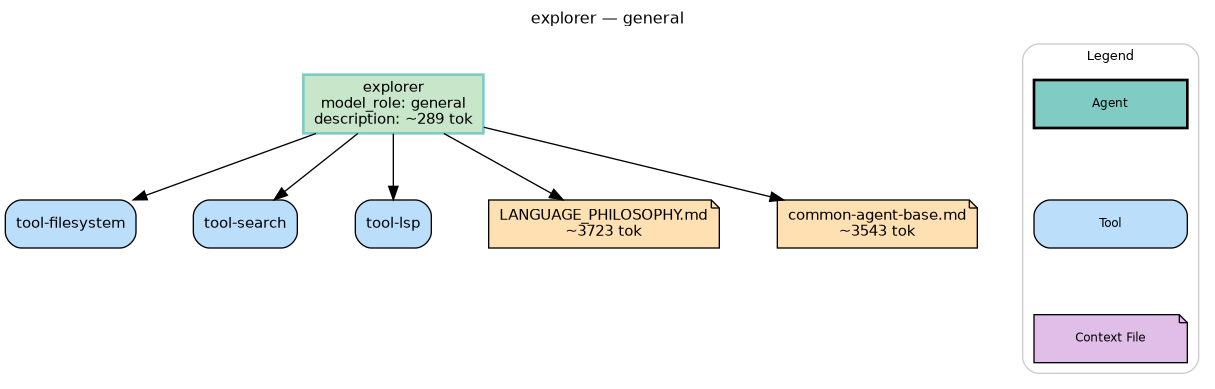
This is agents/explorer.png from microsoft/amplifier-foundation, a Graphviz export, as it was before one commit. Its source is kept beside it as agents/explorer.dot. The source it was exported from:
```dot
digraph explorer {
    rankdir=TB
    fontname="Helvetica"
    fontsize=12
    label="explorer — general"
    labelloc=t
    labeljust=c
    nodesep=0.6
    ranksep=0.7
    bgcolor="white"
    source_hash="36815239880cbc48ea4d25ab0eba5f22a9e809eee257787a6161ba5a90870d95"

    node [fontname="Helvetica", fontsize=11, style="filled,rounded"]
    edge [fontname="Helvetica", fontsize=9]

    agent [label="explorer\nmodel_role: general\ndescription: ~289 tok", shape=box, fillcolor="#c8e6c9", style="filled,bold", color="#80cbc4"]
    tool_tool_filesystem [label="tool-filesystem", shape=box, fillcolor="#bbdefb", style="filled,rounded"]
    tool_tool_search [label="tool-search", shape=box, fillcolor="#bbdefb", style="filled,rounded"]
    tool_tool_lsp [label="tool-lsp", shape=box, fillcolor="#bbdefb", style="filled,rounded"]
    ctx_foundation_context_LANGUAGE_PHILOSOPHY_md [label="LANGUAGE_PHILOSOPHY.md\n~3723 tok", shape=note, fillcolor="#ffe0b2", style="filled"]
    ctx_foundation_context_shared_common_agent_base_md [label="common-agent-base.md\n~3543 tok", shape=note, fillcolor="#ffe0b2", style="filled"]

    agent -> tool_tool_filesystem
    agent -> tool_tool_search
    agent -> tool_tool_lsp
    agent -> ctx_foundation_context_LANGUAGE_PHILOSOPHY_md
    agent -> ctx_foundation_context_shared_common_agent_base_md

    subgraph cluster_legend {
        label="Legend"
        style="filled,rounded"
        fillcolor="white"
        color="#cccccc"
        fontsize=10
        node [shape=box, fontsize=9, width=1.6]
        leg_agent [label="Agent", shape=box, fillcolor="#80cbc4", style="filled,bold"]
        leg_tool [label="Tool", shape=box, fillcolor="#bbdefb", style="filled,rounded"]
        leg_ctx [label="Context File", shape=note, fillcolor="#e1bee7", style="filled,rounded"]
        leg_agent -> leg_tool -> leg_ctx [style=invis]
    }
}
```
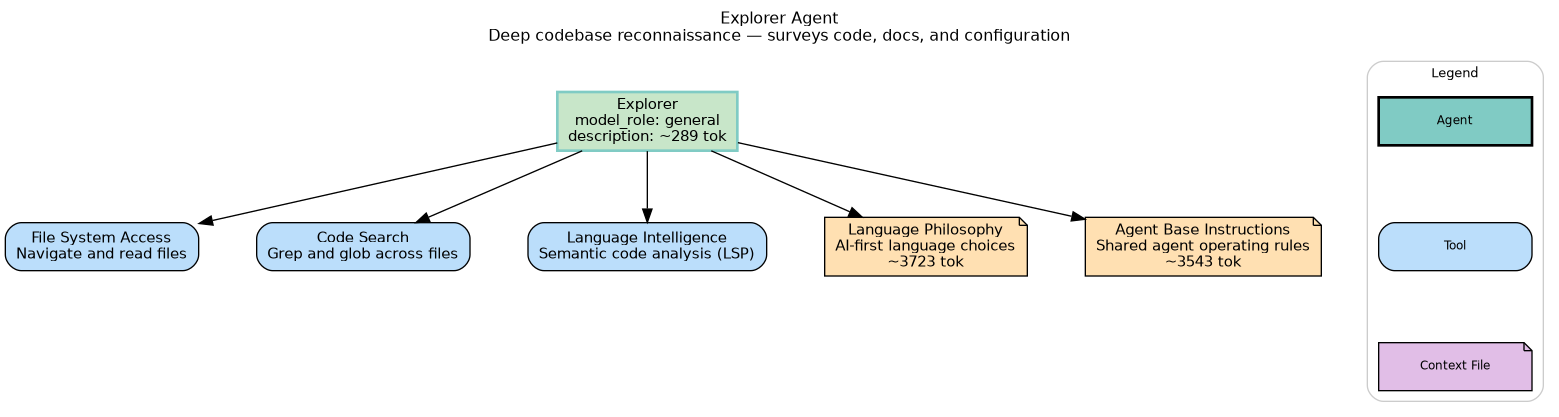
After the change.

What changed in the source:
```diff
@@ -2,7 +2,7 @@
     rankdir=TB
     fontname="Helvetica"
     fontsize=12
-    label="explorer — general"
+    label="Explorer Agent\nDeep codebase reconnaissance — surveys code, docs, and configuration"
     labelloc=t
     labeljust=c
     nodesep=0.6
@@ -13,12 +13,12 @@
     node [fontname="Helvetica", fontsize=11, style="filled,rounded"]
     edge [fontname="Helvetica", fontsize=9]
 
-    agent [label="explorer\nmodel_role: general\ndescription: ~289 tok", shape=box, fillcolor="#c8e6c9", style="filled,bold", color="#80cbc4"]
-    tool_tool_filesystem [label="tool-filesystem", shape=box, fillcolor="#bbdefb", style="filled,rounded"]
-    tool_tool_search [label="tool-search", shape=box, fillcolor="#bbdefb", style="filled,rounded"]
-    tool_tool_lsp [label="tool-lsp", shape=box, fillcolor="#bbdefb", style="filled,rounded"]
-    ctx_foundation_context_LANGUAGE_PHILOSOPHY_md [label="LANGUAGE_PHILOSOPHY.md\n~3723 tok", shape=note, fillcolor="#ffe0b2", style="filled"]
-    ctx_foundation_context_shared_common_agent_base_md [label="common-agent-base.md\n~3543 tok", shape=note, fillcolor="#ffe0b2", style="filled"]
+    agent [label="Explorer\nmodel_role: general\ndescription: ~289 tok", shape=box, fillcolor="#c8e6c9", style="filled,bold", color="#80cbc4"]
+    tool_tool_filesystem [label="File System Access\nNavigate and read files", shape=box, fillcolor="#bbdefb", style="filled,rounded"]
+    tool_tool_search [label="Code Search\nGrep and glob across files", shape=box, fillcolor="#bbdefb", style="filled,rounded"]
+    tool_tool_lsp [label="Language Intelligence\nSemantic code analysis (LSP)", shape=box, fillcolor="#bbdefb", style="filled,rounded"]
+    ctx_foundation_context_LANGUAGE_PHILOSOPHY_md [label="Language Philosophy\nAI-first language choices\n~3723 tok", shape=note, fillcolor="#ffe0b2", style="filled"]
+    ctx_foundation_context_shared_common_agent_base_md [label="Agent Base Instructions\nShared agent operating rules\n~3543 tok", shape=note, fillcolor="#ffe0b2", style="filled"]
 
     agent -> tool_tool_filesystem
     agent -> tool_tool_search
```
